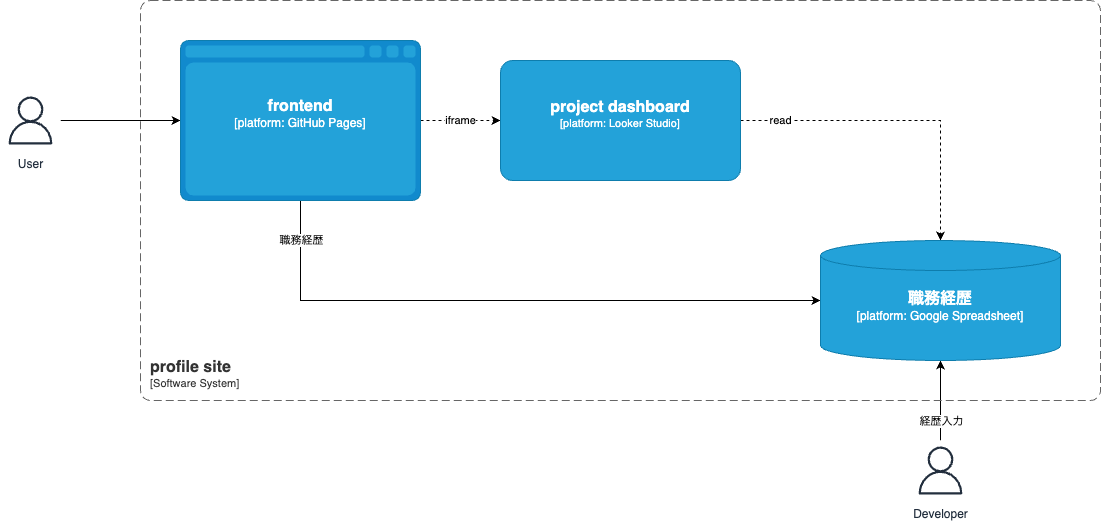
This is images/container.drawio.png from suwa-sh/profile, a draw.io export, as it was before one commit. Source tidied: cells renumbered, new cells last; positions are measured from the earlier drawing's top-left corner, leaving out a move shared by most shapes.
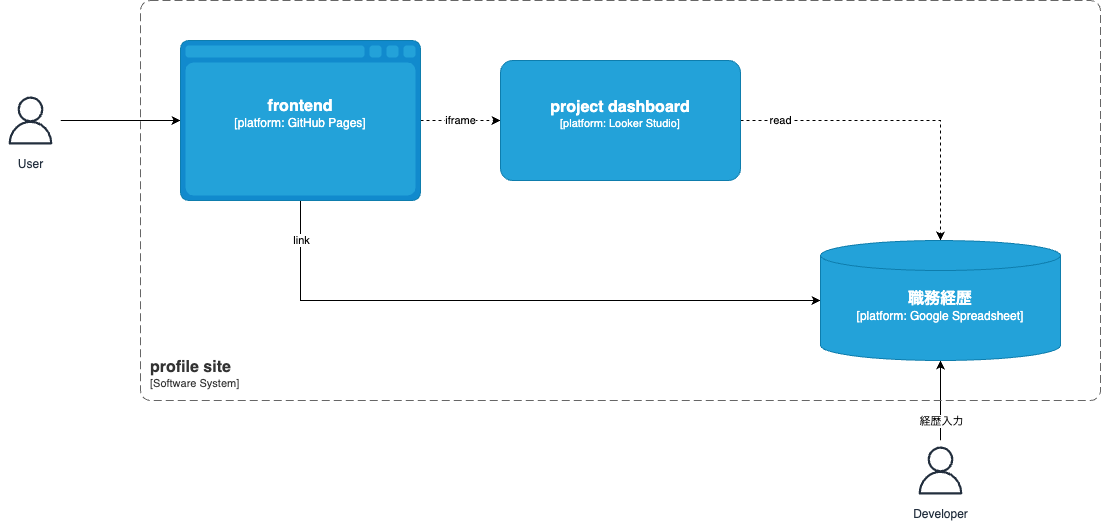
Later version of the same file.

What changed in the source:
```diff
@@ -8,7 +8,7 @@
     <mxCell id="3" style="html=1;entryX=0;entryY=0.5;entryDx=0;entryDy=0;entryPerimeter=0;rounded=0;exitX=0.5;exitY=1;exitDx=0;exitDy=0;exitPerimeter=0;edgeStyle=orthogonalEdgeStyle;" parent="1" edge="1" source="11" target="14">
       <mxGeometry relative="1" as="geometry" />
     </mxCell>
-    <mxCell id="4" value="職務経歴" style="edgeLabel;html=1;align=center;verticalAlign=middle;" parent="3" vertex="1">
+    <mxCell id="4" value="link" style="edgeLabel;html=1;align=center;verticalAlign=middle;" parent="3" vertex="1">
       <mxGeometry x="-0.69" y="-1" relative="1" as="geometry">
         <mxPoint x="1" y="-57" as="offset" />
       </mxGeometry>
```
